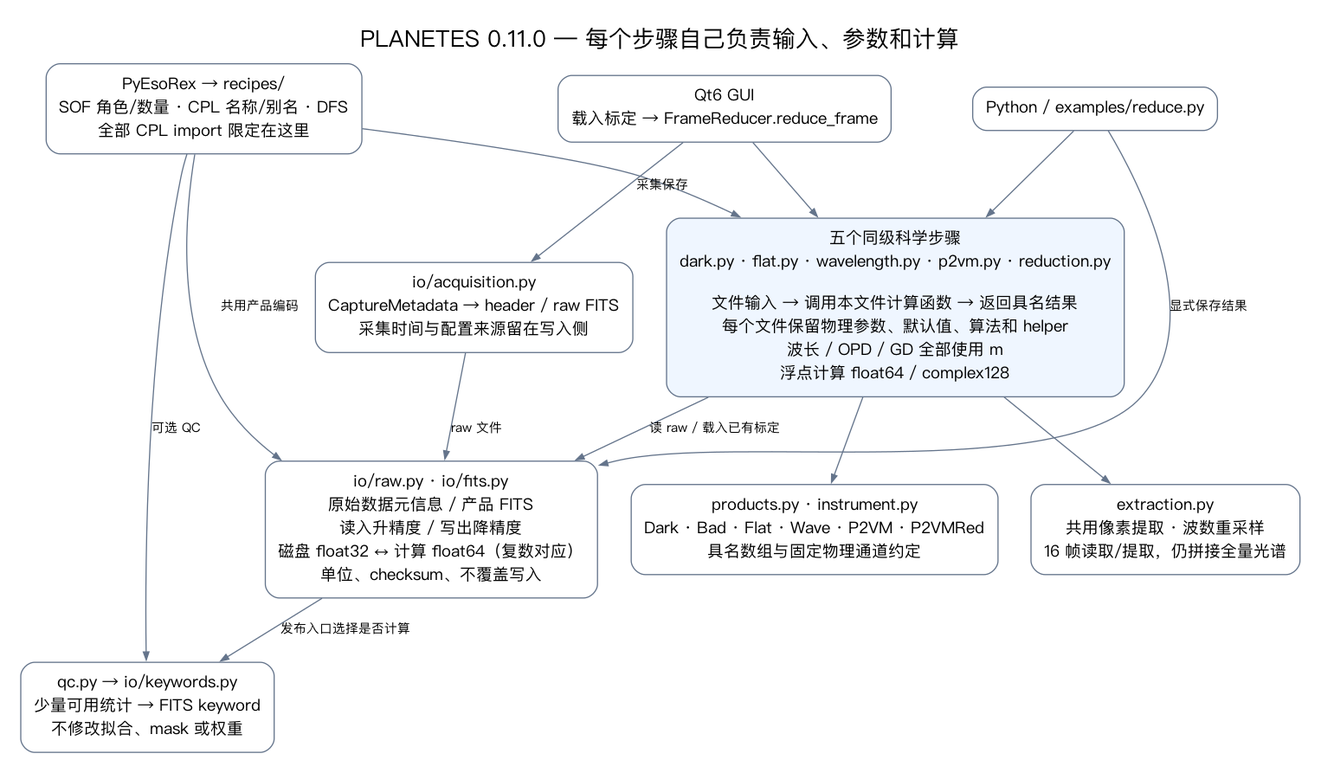
This is docs/architecture.png from zexwu/planetes_pipe, a Graphviz export, as it was before one commit. Its source is kept beside it as docs/architecture.dot.
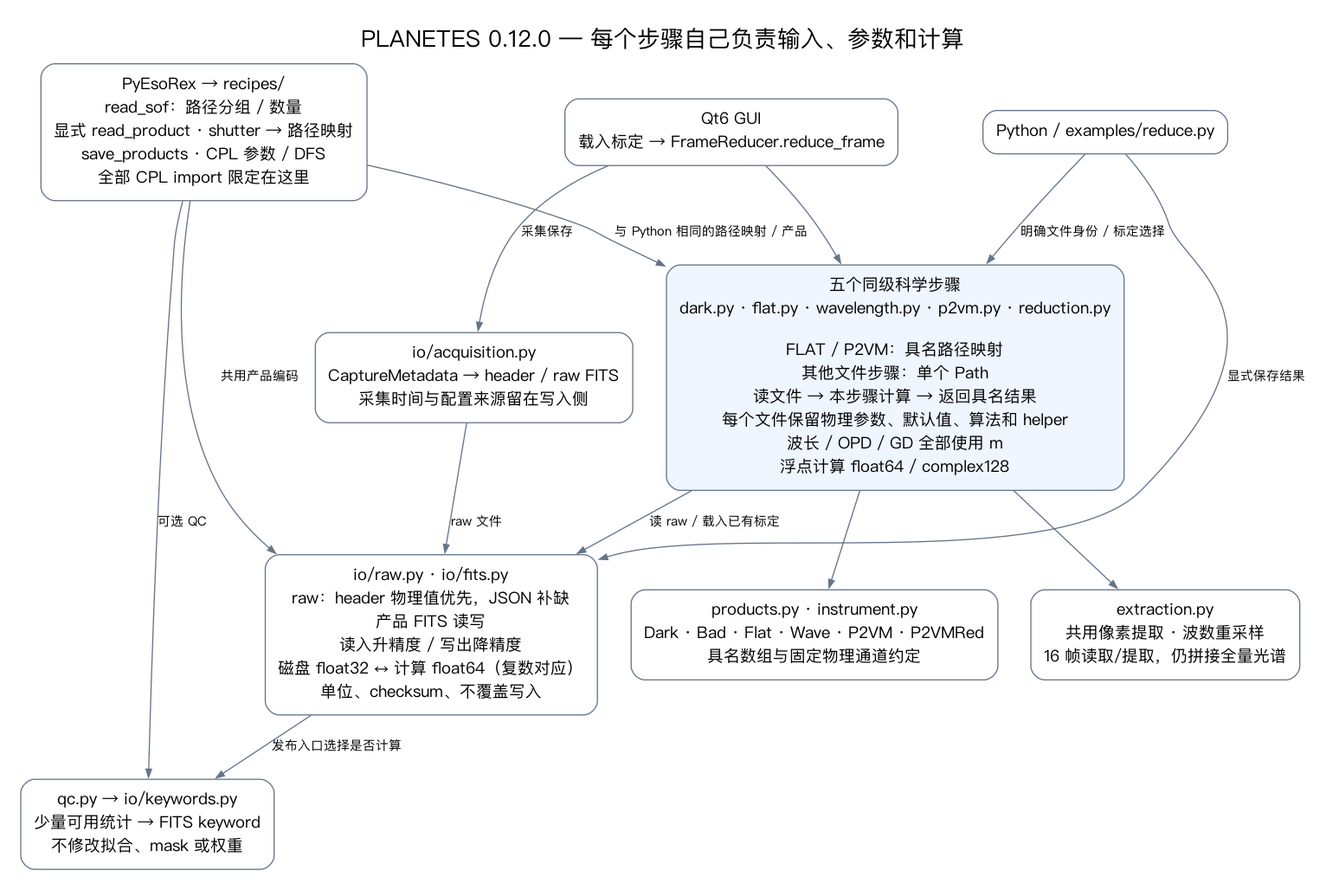
Above is the later version.

The edit, as a diff of the source:
```diff
@@ -1,19 +1,19 @@
 digraph Architecture {
-  graph [rankdir=TB, bgcolor="white", pad=0.25, nodesep=0.4, ranksep=0.55, fontname="PingFang SC", fontsize=20, label="PLANETES 0.11.0 — 每个步骤自己负责输入、参数和计算", labelloc=t];
+  graph [rankdir=TB, bgcolor="white", pad=0.25, nodesep=0.4, ranksep=0.55, fontname="PingFang SC", fontsize=20, label="PLANETES 0.12.0 — 每个步骤自己负责输入、参数和计算", labelloc=t];
   node [shape=box, style="rounded", fontname="PingFang SC", fontsize=14, color="#64748b", margin="0.16,0.12"];
   edge [fontname="PingFang SC", fontsize=11, color="#64748b", arrowsize=0.7];
   python [label="Python / examples/reduce.py"];
-  recipes [label="PyEsoRex → recipes/\nSOF 角色/数量 · CPL 名称/别名 · DFS\n全部 CPL import 限定在这里"];
+  recipes [label="PyEsoRex → recipes/\nread_sof：路径分组 / 数量\n显式 read_product · shutter → 路径映射\nsave_products · CPL 参数 / DFS\n全部 CPL import 限定在这里"];
   gui [label="Qt6 GUI\n载入标定 → FrameReducer.reduce_frame"];
-  steps [label="五个同级科学步骤\ndark.py · flat.py · wavelength.py · p2vm.py · reduction.py\n\n文件输入 → 调用本文件计算函数 → 返回具名结果\n每个文件保留物理参数、默认值、算法和 helper\n波长 / OPD / GD 全部使用 m\n浮点计算 float64 / complex128", style="rounded,filled", fillcolor="#eff6ff"];
+  steps [label="五个同级科学步骤\ndark.py · flat.py · wavelength.py · p2vm.py · reduction.py\n\nFLAT / P2VM：具名路径映射\n其他文件步骤：单个 Path\n读文件 → 本步骤计算 → 返回具名结果\n每个文件保留物理参数、默认值、算法和 helper\n波长 / OPD / GD 全部使用 m\n浮点计算 float64 / complex128", style="rounded,filled", fillcolor="#eff6ff"];
   extraction [label="extraction.py\n共用像素提取 · 波数重采样\n16 帧读取/提取，仍拼接全量光谱"];
-  io [label="io/raw.py · io/fits.py\n原始数据元信息 / 产品 FITS\n读入升精度 / 写出降精度\n磁盘 float32 ↔ 计算 float64（复数对应）\n单位、checksum、不覆盖写入"];
+  io [label="io/raw.py · io/fits.py\nraw：header 物理值优先，JSON 补缺\n产品 FITS 读写\n读入升精度 / 写出降精度\n磁盘 float32 ↔ 计算 float64（复数对应）\n单位、checksum、不覆盖写入"];
   acquisition [label="io/acquisition.py\nCaptureMetadata → header / raw FITS\n采集时间与配置来源留在写入侧"];
   products [label="products.py · instrument.py\nDark · Bad · Flat · Wave · P2VM · P2VMRed\n具名数组与固定物理通道约定"];
   qc [label="qc.py → io/keywords.py\n少量可用统计 → FITS keyword\n不修改拟合、mask 或权重"];
   {rank=same; python; recipes; gui;}
-  python -> steps;
-  recipes -> steps;
+  python -> steps [label="明确文件身份 / 标定选择"];
+  recipes -> steps [label="与 Python 相同的路径映射 / 产品"];
   gui -> steps;
   gui -> acquisition [label="采集保存"];
   acquisition -> io [label="raw 文件"];
```
